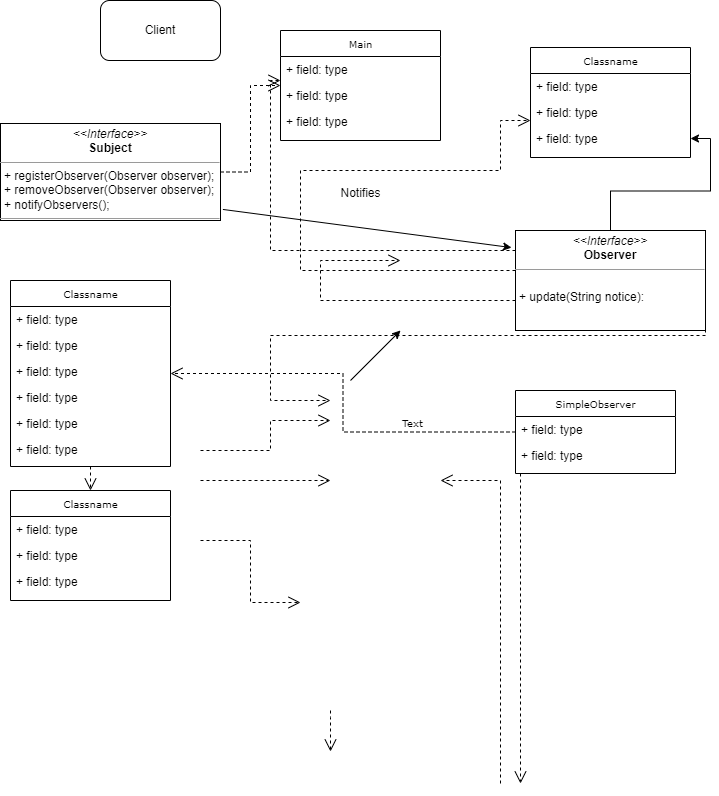
Above: Assign5Part1Class.drawio.png in jimmyjazz31/CS665Assign5 (draw.io), before the change. Source tidied: cells renumbered, new cells last; positions are measured from the earlier drawing's top-left corner, leaving out a move shared by most shapes.
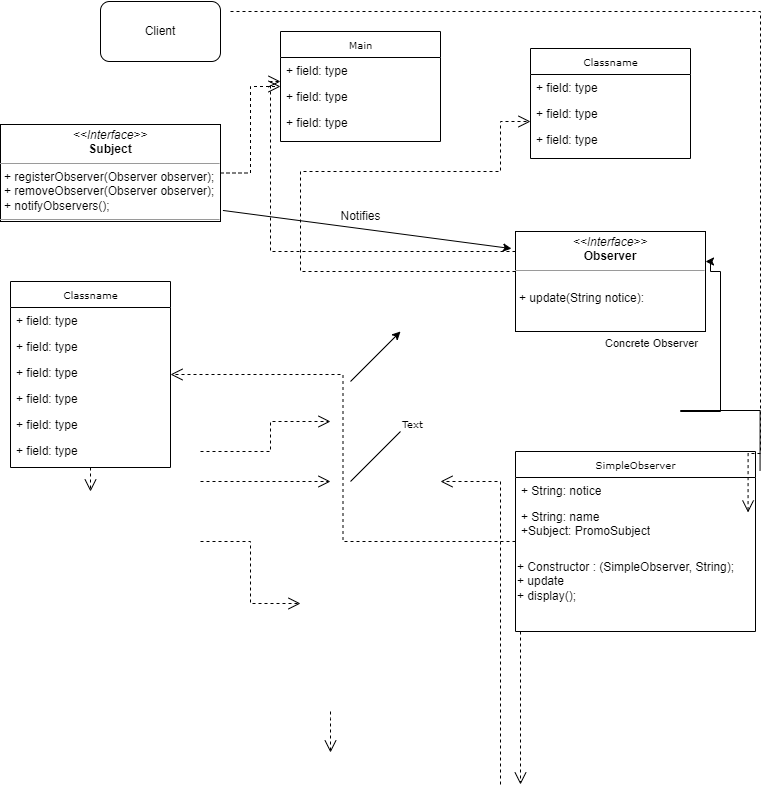
Later version of the same file.

The edit, as a diff of the source:
```diff
@@ -2,8 +2,10 @@
   <root>
     <mxCell id="0" />
     <mxCell id="1" parent="0" />
-    <mxCell id="2" style="edgeStyle=orthogonalEdgeStyle;rounded=0;html=1;dashed=1;labelBackgroundColor=none;startFill=0;endArrow=open;endFill=0;endSize=10;fontFamily=Verdana;fontSize=10;" parent="1" edge="1" source="3" target="18">
-      <mxGeometry relative="1" as="geometry" />
+    <mxCell id="2" style="edgeStyle=orthogonalEdgeStyle;rounded=0;html=1;dashed=1;labelBackgroundColor=none;startFill=0;endArrow=open;endFill=0;endSize=10;fontFamily=Verdana;fontSize=10;" parent="1" edge="1" source="3">
+      <mxGeometry relative="1" as="geometry">
+        <mxPoint x="90" y="490" as="targetPoint" />
+      </mxGeometry>
     </mxCell>
     <mxCell id="3" value="Classname" style="swimlane;html=1;fontStyle=0;horizontal=1;startSize=26;fillColor=none;swimlaneFillColor=#ffffff;rounded=0;shadow=0;comic=0;labelBackgroundColor=none;strokeWidth=1;fontFamily=Verdana;fontSize=10;align=center;" parent="1" vertex="1">
       <mxGeometry x="10" y="280" width="160" height="186" as="geometry" />
@@ -50,30 +52,21 @@
     <mxCell id="17" value="+ field: type" style="text;html=1;strokeColor=none;fillColor=none;align=left;verticalAlign=top;spacingLeft=4;spacingRight=4;whiteSpace=wrap;overflow=hidden;points=[[0,0.5],[1,0.5]];portConstraint=eastwest;" parent="14" vertex="1">
       <mxGeometry y="78" width="160" height="26" as="geometry" />
     </mxCell>
-    <mxCell id="18" value="Classname" style="swimlane;html=1;fontStyle=0;horizontal=1;startSize=26;fillColor=none;swimlaneFillColor=#ffffff;rounded=0;shadow=0;comic=0;labelBackgroundColor=none;strokeWidth=1;fontFamily=Verdana;fontSize=10;align=center;" parent="1" vertex="1">
-      <mxGeometry x="10" y="490" width="160" height="110" as="geometry" />
-    </mxCell>
-    <mxCell id="19" value="+ field: type" style="text;html=1;strokeColor=none;fillColor=none;align=left;verticalAlign=top;spacingLeft=4;spacingRight=4;whiteSpace=wrap;overflow=hidden;" parent="18" vertex="1">
-      <mxGeometry y="26" width="160" height="26" as="geometry" />
-    </mxCell>
-    <mxCell id="20" value="+ field: type" style="text;html=1;strokeColor=none;fillColor=none;align=left;verticalAlign=top;spacingLeft=4;spacingRight=4;whiteSpace=wrap;overflow=hidden;" parent="18" vertex="1">
-      <mxGeometry y="52" width="160" height="26" as="geometry" />
-    </mxCell>
-    <mxCell id="21" value="+ field: type" style="text;html=1;strokeColor=none;fillColor=none;align=left;verticalAlign=top;spacingLeft=4;spacingRight=4;whiteSpace=wrap;overflow=hidden;" parent="18" vertex="1">
-      <mxGeometry y="78" width="160" height="26" as="geometry" />
-    </mxCell>
     <mxCell id="22" style="edgeStyle=orthogonalEdgeStyle;rounded=0;html=1;dashed=1;labelBackgroundColor=none;startFill=0;endArrow=open;endFill=0;endSize=10;fontFamily=Verdana;fontSize=10;" parent="1" edge="1" source="23" target="3">
       <mxGeometry relative="1" as="geometry" />
     </mxCell>
     <mxCell id="23" value="SimpleObserver" style="swimlane;html=1;fontStyle=0;horizontal=1;startSize=26;fillColor=none;swimlaneFillColor=#ffffff;rounded=0;shadow=0;comic=0;labelBackgroundColor=none;strokeWidth=1;fontFamily=Verdana;fontSize=10;align=center;" parent="1" vertex="1">
-      <mxGeometry x="515" y="390" width="160" height="83" as="geometry" />
+      <mxGeometry x="515" y="450" width="240" height="180" as="geometry" />
     </mxCell>
-    <mxCell id="24" value="+ field: type" style="text;html=1;strokeColor=none;fillColor=none;align=left;verticalAlign=top;spacingLeft=4;spacingRight=4;whiteSpace=wrap;overflow=hidden;points=[[0,0.5],[1,0.5]];portConstraint=eastwest;" parent="23" vertex="1">
-      <mxGeometry y="26" width="160" height="26" as="geometry" />
+    <mxCell id="24" value="+ String: notice" style="text;html=1;strokeColor=none;fillColor=none;align=left;verticalAlign=top;spacingLeft=4;spacingRight=4;whiteSpace=wrap;overflow=hidden;points=[[0,0.5],[1,0.5]];portConstraint=eastwest;" parent="23" vertex="1">
+      <mxGeometry y="26" width="240" height="26" as="geometry" />
     </mxCell>
-    <mxCell id="25" value="+ field: type" style="text;html=1;strokeColor=none;fillColor=none;align=left;verticalAlign=top;spacingLeft=4;spacingRight=4;whiteSpace=wrap;overflow=hidden;" parent="23" vertex="1">
-      <mxGeometry y="52" width="160" height="26" as="geometry" />
+    <mxCell id="25" value="+ String: name&lt;div&gt;+Subject: PromoSubject&lt;/div&gt;" style="text;html=1;strokeColor=none;fillColor=none;align=left;verticalAlign=top;spacingLeft=4;spacingRight=4;whiteSpace=wrap;overflow=hidden;" parent="23" vertex="1">
+      <mxGeometry y="52" width="240" height="48" as="geometry" />
     </mxCell>
+    <mxCell id="46" value="+ Constructor : (SimpleObserver, String);&amp;nbsp;&lt;div&gt;+ update&lt;/div&gt;&lt;div&gt;+ display();&lt;/div&gt;" style="text;html=1;align=left;verticalAlign=middle;strokeColor=none;fillColor=none;" parent="23" vertex="1">
+      <mxGeometry y="100" width="240" height="60" as="geometry" />
+    </mxCell>
     <mxCell id="26" style="edgeStyle=orthogonalEdgeStyle;rounded=0;html=1;dashed=1;labelBackgroundColor=none;startFill=0;endArrow=open;endFill=0;endSize=10;fontFamily=Verdana;fontSize=10;" parent="1" edge="1">
       <mxGeometry relative="1" as="geometry">
         <mxPoint x="330" y="710" as="sourcePoint" />
@@ -126,26 +119,31 @@
         </Array>
       </mxGeometry>
     </mxCell>
-    <mxCell id="34" style="edgeStyle=orthogonalEdgeStyle;rounded=0;html=1;dashed=1;labelBackgroundColor=none;startFill=0;endArrow=open;endFill=0;endSize=10;fontFamily=Verdana;fontSize=10;" parent="1" edge="1" source="37">
-      <mxGeometry relative="1" as="geometry">
-        <mxPoint x="400" y="260" as="targetPoint" />
-        <Array as="points">
-          <mxPoint x="320" y="300" />
-          <mxPoint x="320" y="260" />
-        </Array>
-      </mxGeometry>
-    </mxCell>
-    <mxCell id="35" style="edgeStyle=orthogonalEdgeStyle;rounded=0;html=1;exitX=1;exitY=0.75;dashed=1;labelBackgroundColor=none;startFill=0;endArrow=open;endFill=0;endSize=10;fontFamily=Verdana;fontSize=10;" parent="1" edge="1" source="37">
+    <mxCell id="35" style="edgeStyle=orthogonalEdgeStyle;rounded=0;html=1;dashed=1;labelBackgroundColor=none;startFill=0;endArrow=open;endFill=0;endSize=10;fontFamily=Verdana;fontSize=10;entryX=0.969;entryY=1.346;entryDx=0;entryDy=0;entryPerimeter=0;" parent="1" edge="1" target="24">
       <mxGeometry relative="1" as="geometry">
-        <mxPoint x="330" y="400" as="targetPoint" />
+        <mxPoint x="230" y="10" as="sourcePoint" />
         <Array as="points">
-          <mxPoint x="270" y="335" />
-          <mxPoint x="270" y="400" />
+          <mxPoint x="760" y="10" />
+          <mxPoint x="760" y="452" />
         </Array>
       </mxGeometry>
     </mxCell>
+    <mxCell id="47" value="Concrete Observer" style="edgeLabel;html=1;align=center;verticalAlign=middle;" parent="35" vertex="1">
+      <mxGeometry x="0.36" y="1" relative="1" as="geometry">
+        <mxPoint x="-111" y="152" as="offset" />
+      </mxGeometry>
+    </mxCell>
-    <mxCell id="36" style="edgeStyle=orthogonalEdgeStyle;rounded=0;jettySize=auto;html=1;" parent="1" edge="1" source="37" target="17">
-      <mxGeometry relative="1" as="geometry" />
+    <mxCell id="36" style="edgeStyle=orthogonalEdgeStyle;rounded=0;jettySize=auto;html=1;exitX=1.019;exitY=-0.269;exitDx=0;exitDy=0;exitPerimeter=0;" parent="1" edge="1" source="24" target="37">
+      <mxGeometry relative="1" as="geometry">
+        <Array as="points">
+          <mxPoint x="680" y="409" />
+          <mxPoint x="680" y="410" />
+          <mxPoint x="720" y="410" />
+          <mxPoint x="720" y="270" />
+          <mxPoint x="710" y="270" />
+          <mxPoint x="710" y="260" />
+        </Array>
+      </mxGeometry>
     </mxCell>
     <mxCell id="37" value="&lt;p style=&quot;margin:0px;margin-top:4px;text-align:center;&quot;&gt;&lt;i&gt;&amp;lt;&amp;lt;Interface&amp;gt;&amp;gt;&lt;/i&gt;&lt;br&gt;&lt;b&gt;Observer&lt;/b&gt;&lt;/p&gt;&lt;hr size=&quot;1&quot;&gt;&lt;p style=&quot;margin:0px;margin-left:4px;&quot;&gt;&lt;/p&gt;&lt;p style=&quot;margin:0px;margin-left:4px;&quot;&gt;&lt;br&gt;+ update(String notice):&lt;/p&gt;" style="verticalAlign=top;align=left;overflow=fill;fontSize=12;fontFamily=Helvetica;html=1;rounded=0;shadow=0;comic=0;labelBackgroundColor=none;strokeWidth=1;" parent="1" vertex="1">
       <mxGeometry x="515" y="230" width="190" height="100" as="geometry" />
@@ -194,10 +192,16 @@
       <mxGeometry relative="1" as="geometry" />
     </mxCell>
     <mxCell id="44" value="Notifies" style="text;html=1;align=center;verticalAlign=middle;strokeColor=none;fillColor=none;" parent="1" vertex="1">
-      <mxGeometry x="330" y="178" width="60" height="30" as="geometry" />
+      <mxGeometry x="330" y="200" width="60" height="30" as="geometry" />
     </mxCell>
     <mxCell id="45" value="Client" style="rounded=1;whiteSpace=wrap;html=1;" parent="1" vertex="1">
       <mxGeometry x="100" width="120" height="60" as="geometry" />
     </mxCell>
+    <mxCell id="48" style="endArrow=none;html=1;rounded=0;" parent="1" edge="1">
+      <mxGeometry relative="1" as="geometry">
+        <mxPoint x="350" y="480" as="sourcePoint" />
+        <mxPoint x="400" y="430" as="targetPoint" />
+      </mxGeometry>
+    </mxCell>
   </root>
 </mxGraphModel>
```
